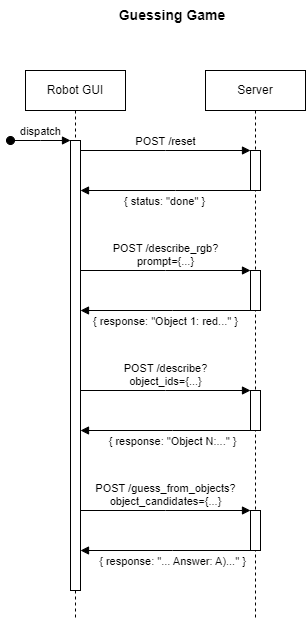
Above: resources/guessing_game_flow.png in clear-nus/octopi-1.5 (draw.io), before the change. Source tidied: cells renumbered, new cells last; positions are measured from the earlier drawing's top-left corner, leaving out a move shared by most shapes.
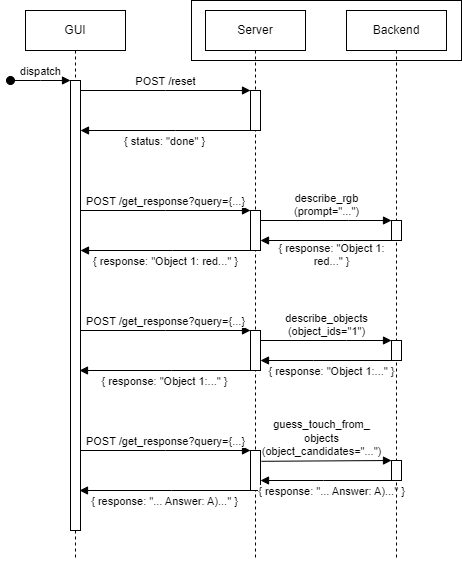
Later version of the same file.

Commit message:
Update API diagrams for v2

Diff of the diagram source:
```diff
@@ -2,7 +2,15 @@
   <root>
     <mxCell id="0" />
     <mxCell id="1" parent="0" />
+    <mxCell id="17" value="guess_touch_from_&lt;div&gt;objects&lt;div&gt;(object_candidates=&quot;...&quot;)&lt;/div&gt;&lt;/div&gt;" style="html=1;verticalAlign=bottom;endArrow=block;edgeStyle=elbowEdgeStyle;elbow=vertical;curved=0;rounded=0;exitX=0.3;exitY=0.27;exitDx=0;exitDy=0;exitPerimeter=0;" parent="1" edge="1" target="22">
+      <mxGeometry x="-0.07" relative="1" as="geometry">
+        <mxPoint x="251" y="520.8" as="sourcePoint" />
+        <Array as="points">
+          <mxPoint x="344" y="520" />
+        </Array>
+      </mxGeometry>
+    </mxCell>
-    <mxCell id="2" value="Robot GUI" style="shape=umlLifeline;perimeter=lifelinePerimeter;whiteSpace=wrap;html=1;newEdgeStyle={&quot;edgeStyle&quot;:&quot;elbowEdgeStyle&quot;,&quot;elbow&quot;:&quot;vertical&quot;,&quot;curved&quot;:0,&quot;rounded&quot;:0};" parent="1" vertex="1">
+    <mxCell id="2" value="GUI" style="shape=umlLifeline;perimeter=lifelinePerimeter;whiteSpace=wrap;html=1;newEdgeStyle={&quot;edgeStyle&quot;:&quot;elbowEdgeStyle&quot;,&quot;elbow&quot;:&quot;vertical&quot;,&quot;curved&quot;:0,&quot;rounded&quot;:0};" parent="1" vertex="1">
       <mxGeometry x="15" y="70" width="100" height="550" as="geometry" />
     </mxCell>
     <mxCell id="3" style="html=1;points=[];perimeter=orthogonalPerimeter;outlineConnect=0;targetShapes=umlLifeline;portConstraint=eastwest;newEdgeStyle={&quot;edgeStyle&quot;:&quot;elbowEdgeStyle&quot;,&quot;elbow&quot;:&quot;vertical&quot;,&quot;curved&quot;:0,&quot;rounded&quot;:0};" parent="2" vertex="1">
@@ -44,10 +52,7 @@
         </Array>
       </mxGeometry>
     </mxCell>
-    <mxCell id="12" value="Guessing Game" style="text;html=1;align=center;verticalAlign=middle;whiteSpace=wrap;rounded=0;fontStyle=1;fontSize=14;" parent="1" vertex="1">
-      <mxGeometry x="107" width="110" height="30" as="geometry" />
-    </mxCell>
-    <mxCell id="13" value="POST /describe_rgb?&lt;div&gt;prompt={...}&lt;/div&gt;" style="html=1;verticalAlign=bottom;endArrow=block;edgeStyle=elbowEdgeStyle;elbow=vertical;curved=0;rounded=0;" parent="1" edge="1">
+    <mxCell id="13" value="POST /get_response?query={...}" style="html=1;verticalAlign=bottom;endArrow=block;edgeStyle=elbowEdgeStyle;elbow=vertical;curved=0;rounded=0;" parent="1" edge="1">
       <mxGeometry relative="1" as="geometry">
         <mxPoint x="70" y="270" as="sourcePoint" />
         <mxPoint x="240" y="270" as="targetPoint" />
@@ -64,41 +69,92 @@
         </Array>
       </mxGeometry>
     </mxCell>
-    <mxCell id="15" value="POST /describe?&lt;div&gt;object_ids={...}&lt;/div&gt;" style="html=1;verticalAlign=bottom;endArrow=block;edgeStyle=elbowEdgeStyle;elbow=vertical;curved=0;rounded=0;" parent="1" edge="1">
+    <mxCell id="15" value="describe_objects&lt;div&gt;(object_ids=&quot;1&quot;)&lt;/div&gt;" style="html=1;verticalAlign=bottom;endArrow=block;edgeStyle=elbowEdgeStyle;elbow=horizontal;curved=0;rounded=0;" parent="1" edge="1" source="8" target="21">
       <mxGeometry relative="1" as="geometry">
-        <mxPoint x="70" y="390" as="sourcePoint" />
-        <mxPoint x="240" y="390" as="targetPoint" />
         <Array as="points">
-          <mxPoint x="155" y="390" />
+          <mxPoint x="336" y="400" />
         </Array>
       </mxGeometry>
     </mxCell>
-    <mxCell id="16" value="{ response: &quot;Object N:...&quot; }" style="html=1;verticalAlign=bottom;endArrow=block;edgeStyle=elbowEdgeStyle;elbow=vertical;curved=0;rounded=0;" parent="1" edge="1">
+    <mxCell id="16" value="{ response: &quot;Object 1:...&quot; }" style="html=1;verticalAlign=bottom;endArrow=block;edgeStyle=elbowEdgeStyle;elbow=vertical;curved=0;rounded=0;" parent="1" edge="1" target="8">
       <mxGeometry x="-0.08" y="20" relative="1" as="geometry">
-        <mxPoint x="240" y="430" as="sourcePoint" />
-        <mxPoint x="70" y="430" as="targetPoint" />
+        <mxPoint x="381" y="420" as="sourcePoint" />
         <Array as="points">
-          <mxPoint x="162" y="430" />
+          <mxPoint x="303" y="420" />
         </Array>
       </mxGeometry>
     </mxCell>
-    <mxCell id="17" value="POST /guess_from_objects?&lt;div&gt;object_candidates={...}&lt;/div&gt;" style="html=1;verticalAlign=bottom;endArrow=block;edgeStyle=elbowEdgeStyle;elbow=vertical;curved=0;rounded=0;" parent="1" edge="1">
-      <mxGeometry relative="1" as="geometry">
-        <mxPoint x="70" y="510" as="sourcePoint" />
-        <mxPoint x="240" y="510" as="targetPoint" />
-        <Array as="points">
-          <mxPoint x="155" y="510" />
-        </Array>
-      </mxGeometry>
-    </mxCell>
-    <mxCell id="18" value="{ response: &quot;... Answer: A)...&quot; }" style="html=1;verticalAlign=bottom;endArrow=block;edgeStyle=elbowEdgeStyle;elbow=vertical;curved=0;rounded=0;" parent="1" edge="1">
+    <mxCell id="18" value="{ response: &quot;... Answer: A)...&quot; }" style="html=1;verticalAlign=bottom;endArrow=block;edgeStyle=elbowEdgeStyle;elbow=vertical;curved=0;rounded=0;" parent="1" edge="1" source="22" target="9">
       <mxGeometry x="-0.08" y="20" relative="1" as="geometry">
-        <mxPoint x="240" y="550" as="sourcePoint" />
-        <mxPoint x="70" y="550" as="targetPoint" />
         <Array as="points">
-          <mxPoint x="162" y="550" />
+          <mxPoint x="313" y="540" />
         </Array>
       </mxGeometry>
     </mxCell>
+    <mxCell id="19" value="Backend" style="shape=umlLifeline;perimeter=lifelinePerimeter;whiteSpace=wrap;html=1;newEdgeStyle={&quot;edgeStyle&quot;:&quot;elbowEdgeStyle&quot;,&quot;elbow&quot;:&quot;vertical&quot;,&quot;curved&quot;:0,&quot;rounded&quot;:0};" parent="1" vertex="1">
+      <mxGeometry x="336" y="70" width="100" height="550" as="geometry" />
+    </mxCell>
+    <mxCell id="20" value="&lt;span style=&quot;color: rgba(0, 0, 0, 0); font-family: monospace; font-size: 0px; text-align: start;&quot;&gt;%3CmxGraphModel%3E%3Croot%3E%3CmxCell%20id%3D%220%22%2F%3E%3CmxCell%20id%3D%221%22%20parent%3D%220%22%2F%3E%3CmxCell%20id%3D%222%22%20value%3D%22Backend%22%20style%3D%22shape%3DumlLifeline%3Bperimeter%3DlifelinePerimeter%3BwhiteSpace%3Dwrap%3Bhtml%3D1%3Bcontainer%3D0%3BdropTarget%3D0%3Bcollapsible%3D0%3BrecursiveResize%3D0%3BoutlineConnect%3D0%3BportConstraint%3Deastwest%3BnewEdgeStyle%3D%7B%26quot%3BedgeStyle%26quot%3B%3A%26quot%3BelbowEdgeStyle%26quot%3B%2C%26quot%3Belbow%26quot%3B%3A%26quot%3Bvertical%26quot%3B%2C%26quot%3Bcurved%26quot%3B%3A0%2C%26quot%3Brounded%26quot%3B%3A0%7D%3B%22%20vertex%3D%221%22%20parent%3D%221%22%3E%3CmxGeometry%20x%3D%22610%22%20y%3D%22160%22%20width%3D%22100%22%20height%3D%22300%22%20as%3D%22geometry%22%2F%3E%3C%2FmxCell%3E%3CmxCell%20id%3D%223%22%20value%3D%22%22%20style%3D%22html%3D1%3Bpoints%3D%5B%5D%3Bperimeter%3DorthogonalPerimeter%3BoutlineConnect%3D0%3BtargetShapes%3DumlLifeline%3BportConstraint%3Deastwest%3BnewEdgeStyle%3D%7B%26quot%3BedgeStyle%26quot%3B%3A%26quot%3BelbowEdgeStyle%26quot%3B%2C%26quot%3Belbow%26quot%3B%3A%26quot%3Bvertical%26quot%3B%2C%26quot%3Bcurved%26quot%3B%3A0%2C%26quot%3Brounded%26quot%3B%3A0%7D%3B%22%20vertex%3D%221%22%20parent%3D%222%22%3E%3CmxGeometry%20x%3D%2245%22%20y%3D%22210%22%20width%3D%2210%22%20height%3D%2220%22%20as%3D%22geometry%22%2F%3E%3C%2FmxCell%3E%3CmxCell%20id%3D%224%22%20value%3D%22%22%20style%3D%22rounded%3D0%3BwhiteSpace%3Dwrap%3Bhtml%3D1%3BfillColor%3Dnone%3B%22%20vertex%3D%221%22%20parent%3D%221%22%3E%3CmxGeometry%20x%3D%22455%22%20y%3D%22150%22%20width%3D%22265%22%20height%3D%2260%22%20as%3D%22geometry%22%2F%3E%3C%2FmxCell%3E%3C%2Froot%3E%3C%2FmxGraphModel%3E&lt;/span&gt;" style="html=1;points=[];perimeter=orthogonalPerimeter;outlineConnect=0;targetShapes=umlLifeline;portConstraint=eastwest;newEdgeStyle={&quot;edgeStyle&quot;:&quot;elbowEdgeStyle&quot;,&quot;elbow&quot;:&quot;vertical&quot;,&quot;curved&quot;:0,&quot;rounded&quot;:0};" parent="19" vertex="1">
+      <mxGeometry x="45" y="210" width="10" height="20" as="geometry" />
+    </mxCell>
+    <mxCell id="21" value="&lt;span style=&quot;color: rgba(0, 0, 0, 0); font-family: monospace; font-size: 0px; text-align: start;&quot;&gt;%3CmxGraphModel%3E%3Croot%3E%3CmxCell%20id%3D%220%22%2F%3E%3CmxCell%20id%3D%221%22%20parent%3D%220%22%2F%3E%3CmxCell%20id%3D%222%22%20value%3D%22Backend%22%20style%3D%22shape%3DumlLifeline%3Bperimeter%3DlifelinePerimeter%3BwhiteSpace%3Dwrap%3Bhtml%3D1%3Bcontainer%3D0%3BdropTarget%3D0%3Bcollapsible%3D0%3BrecursiveResize%3D0%3BoutlineConnect%3D0%3BportConstraint%3Deastwest%3BnewEdgeStyle%3D%7B%26quot%3BedgeStyle%26quot%3B%3A%26quot%3BelbowEdgeStyle%26quot%3B%2C%26quot%3Belbow%26quot%3B%3A%26quot%3Bvertical%26quot%3B%2C%26quot%3Bcurved%26quot%3B%3A0%2C%26quot%3Brounded%26quot%3B%3A0%7D%3B%22%20vertex%3D%221%22%20parent%3D%221%22%3E%3CmxGeometry%20x%3D%22610%22%20y%3D%22160%22%20width%3D%22100%22%20height%3D%22300%22%20as%3D%22geometry%22%2F%3E%3C%2FmxCell%3E%3CmxCell%20id%3D%223%22%20value%3D%22%22%20style%3D%22html%3D1%3Bpoints%3D%5B%5D%3Bperimeter%3DorthogonalPerimeter%3BoutlineConnect%3D0%3BtargetShapes%3DumlLifeline%3BportConstraint%3Deastwest%3BnewEdgeStyle%3D%7B%26quot%3BedgeStyle%26quot%3B%3A%26quot%3BelbowEdgeStyle%26quot%3B%2C%26quot%3Belbow%26quot%3B%3A%26quot%3Bvertical%26quot%3B%2C%26quot%3Bcurved%26quot%3B%3A0%2C%26quot%3Brounded%26quot%3B%3A0%7D%3B%22%20vertex%3D%221%22%20parent%3D%222%22%3E%3CmxGeometry%20x%3D%2245%22%20y%3D%22210%22%20width%3D%2210%22%20height%3D%2220%22%20as%3D%22geometry%22%2F%3E%3C%2FmxCell%3E%3CmxCell%20id%3D%224%22%20value%3D%22%22%20style%3D%22rounded%3D0%3BwhiteSpace%3Dwrap%3Bhtml%3D1%3BfillColor%3Dnone%3B%22%20vertex%3D%221%22%20parent%3D%221%22%3E%3CmxGeometry%20x%3D%22455%22%20y%3D%22150%22%20width%3D%22265%22%20height%3D%2260%22%20as%3D%22geometry%22%2F%3E%3C%2FmxCell%3E%3C%2Froot%3E%3C%2FmxGraphModel%3E&lt;/span&gt;" style="html=1;points=[];perimeter=orthogonalPerimeter;outlineConnect=0;targetShapes=umlLifeline;portConstraint=eastwest;newEdgeStyle={&quot;edgeStyle&quot;:&quot;elbowEdgeStyle&quot;,&quot;elbow&quot;:&quot;vertical&quot;,&quot;curved&quot;:0,&quot;rounded&quot;:0};" parent="19" vertex="1">
+      <mxGeometry x="45" y="330" width="10" height="20" as="geometry" />
+    </mxCell>
+    <mxCell id="22" value="&lt;span style=&quot;color: rgba(0, 0, 0, 0); font-family: monospace; font-size: 0px; text-align: start;&quot;&gt;%3CmxGraphModel%3E%3Croot%3E%3CmxCell%20id%3D%220%22%2F%3E%3CmxCell%20id%3D%221%22%20parent%3D%220%22%2F%3E%3CmxCell%20id%3D%222%22%20value%3D%22Backend%22%20style%3D%22shape%3DumlLifeline%3Bperimeter%3DlifelinePerimeter%3BwhiteSpace%3Dwrap%3Bhtml%3D1%3Bcontainer%3D0%3BdropTarget%3D0%3Bcollapsible%3D0%3BrecursiveResize%3D0%3BoutlineConnect%3D0%3BportConstraint%3Deastwest%3BnewEdgeStyle%3D%7B%26quot%3BedgeStyle%26quot%3B%3A%26quot%3BelbowEdgeStyle%26quot%3B%2C%26quot%3Belbow%26quot%3B%3A%26quot%3Bvertical%26quot%3B%2C%26quot%3Bcurved%26quot%3B%3A0%2C%26quot%3Brounded%26quot%3B%3A0%7D%3B%22%20vertex%3D%221%22%20parent%3D%221%22%3E%3CmxGeometry%20x%3D%22610%22%20y%3D%22160%22%20width%3D%22100%22%20height%3D%22300%22%20as%3D%22geometry%22%2F%3E%3C%2FmxCell%3E%3CmxCell%20id%3D%223%22%20value%3D%22%22%20style%3D%22html%3D1%3Bpoints%3D%5B%5D%3Bperimeter%3DorthogonalPerimeter%3BoutlineConnect%3D0%3BtargetShapes%3DumlLifeline%3BportConstraint%3Deastwest%3BnewEdgeStyle%3D%7B%26quot%3BedgeStyle%26quot%3B%3A%26quot%3BelbowEdgeStyle%26quot%3B%2C%26quot%3Belbow%26quot%3B%3A%26quot%3Bvertical%26quot%3B%2C%26quot%3Bcurved%26quot%3B%3A0%2C%26quot%3Brounded%26quot%3B%3A0%7D%3B%22%20vertex%3D%221%22%20parent%3D%222%22%3E%3CmxGeometry%20x%3D%2245%22%20y%3D%22210%22%20width%3D%2210%22%20height%3D%2220%22%20as%3D%22geometry%22%2F%3E%3C%2FmxCell%3E%3CmxCell%20id%3D%224%22%20value%3D%22%22%20style%3D%22rounded%3D0%3BwhiteSpace%3Dwrap%3Bhtml%3D1%3BfillColor%3Dnone%3B%22%20vertex%3D%221%22%20parent%3D%221%22%3E%3CmxGeometry%20x%3D%22455%22%20y%3D%22150%22%20width%3D%22265%22%20height%3D%2260%22%20as%3D%22geometry%22%2F%3E%3C%2FmxCell%3E%3C%2Froot%3E%3C%2FmxGraphModel%3E&lt;/span&gt;" style="html=1;points=[];perimeter=orthogonalPerimeter;outlineConnect=0;targetShapes=umlLifeline;portConstraint=eastwest;newEdgeStyle={&quot;edgeStyle&quot;:&quot;elbowEdgeStyle&quot;,&quot;elbow&quot;:&quot;vertical&quot;,&quot;curved&quot;:0,&quot;rounded&quot;:0};" parent="19" vertex="1">
+      <mxGeometry x="45" y="450" width="10" height="20" as="geometry" />
+    </mxCell>
+    <mxCell id="23" style="rounded=0;whiteSpace=wrap;html=1;fillColor=none;" parent="1" vertex="1">
+      <mxGeometry x="181" y="60" width="270" height="60" as="geometry" />
+    </mxCell>
+    <mxCell id="24" value="describe_rgb&lt;div&gt;(prompt=&quot;...&quot;)&lt;/div&gt;" style="html=1;verticalAlign=bottom;endArrow=block;edgeStyle=elbowEdgeStyle;elbow=horizontal;curved=0;rounded=0;" parent="1" edge="1" source="7" target="20">
+      <mxGeometry relative="1" as="geometry">
+        <Array as="points">
+          <mxPoint x="338" y="280" />
+        </Array>
+      </mxGeometry>
+    </mxCell>
+    <mxCell id="25" value="{ response: &quot;Object 1:&lt;div&gt;red...&quot; }&lt;/div&gt;" style="html=1;verticalAlign=bottom;endArrow=block;edgeStyle=elbowEdgeStyle;elbow=vertical;curved=0;rounded=0;" parent="1" edge="1" source="20" target="7">
+      <mxGeometry x="-0.08" y="30" relative="1" as="geometry">
+        <Array as="points">
+          <mxPoint x="333" y="300" />
+        </Array>
+      </mxGeometry>
+    </mxCell>
+    <mxCell id="26" value="POST /get_response?query={...}" style="html=1;verticalAlign=bottom;endArrow=block;edgeStyle=elbowEdgeStyle;elbow=vertical;curved=0;rounded=0;" parent="1" edge="1">
+      <mxGeometry relative="1" as="geometry">
+        <mxPoint x="70" y="390" as="sourcePoint" />
+        <mxPoint x="240" y="390" as="targetPoint" />
+        <Array as="points">
+          <mxPoint x="155" y="390" />
+        </Array>
+      </mxGeometry>
+    </mxCell>
+    <mxCell id="27" value="POST /get_response?query={...}" style="html=1;verticalAlign=bottom;endArrow=block;edgeStyle=elbowEdgeStyle;elbow=vertical;curved=0;rounded=0;" parent="1" edge="1">
+      <mxGeometry relative="1" as="geometry">
+        <mxPoint x="70" y="510" as="sourcePoint" />
+        <mxPoint x="240" y="510" as="targetPoint" />
+        <Array as="points">
+          <mxPoint x="155" y="510" />
+        </Array>
+      </mxGeometry>
+    </mxCell>
+    <mxCell id="28" value="{ response: &quot;Object 1:...&quot; }" style="html=1;verticalAlign=bottom;endArrow=block;edgeStyle=elbowEdgeStyle;elbow=horizontal;curved=0;rounded=0;" parent="1" edge="1">
+      <mxGeometry x="0.01" y="20" relative="1" as="geometry">
+        <mxPoint x="240" y="430" as="sourcePoint" />
+        <mxPoint x="69" y="430" as="targetPoint" />
+        <Array as="points">
+          <mxPoint x="161" y="430" />
+        </Array>
+      </mxGeometry>
+    </mxCell>
+    <mxCell id="29" value="{ response: &quot;... Answer: A)...&quot; }" style="html=1;verticalAlign=bottom;endArrow=block;edgeStyle=elbowEdgeStyle;elbow=horizontal;curved=0;rounded=0;" parent="1" edge="1">
+      <mxGeometry x="0.01" y="20" relative="1" as="geometry">
+        <mxPoint x="240" y="550" as="sourcePoint" />
+        <mxPoint x="69" y="550" as="targetPoint" />
+        <Array as="points">
+          <mxPoint x="161" y="550" />
+        </Array>
+      </mxGeometry>
+    </mxCell>
   </root>
 </mxGraphModel>
```
